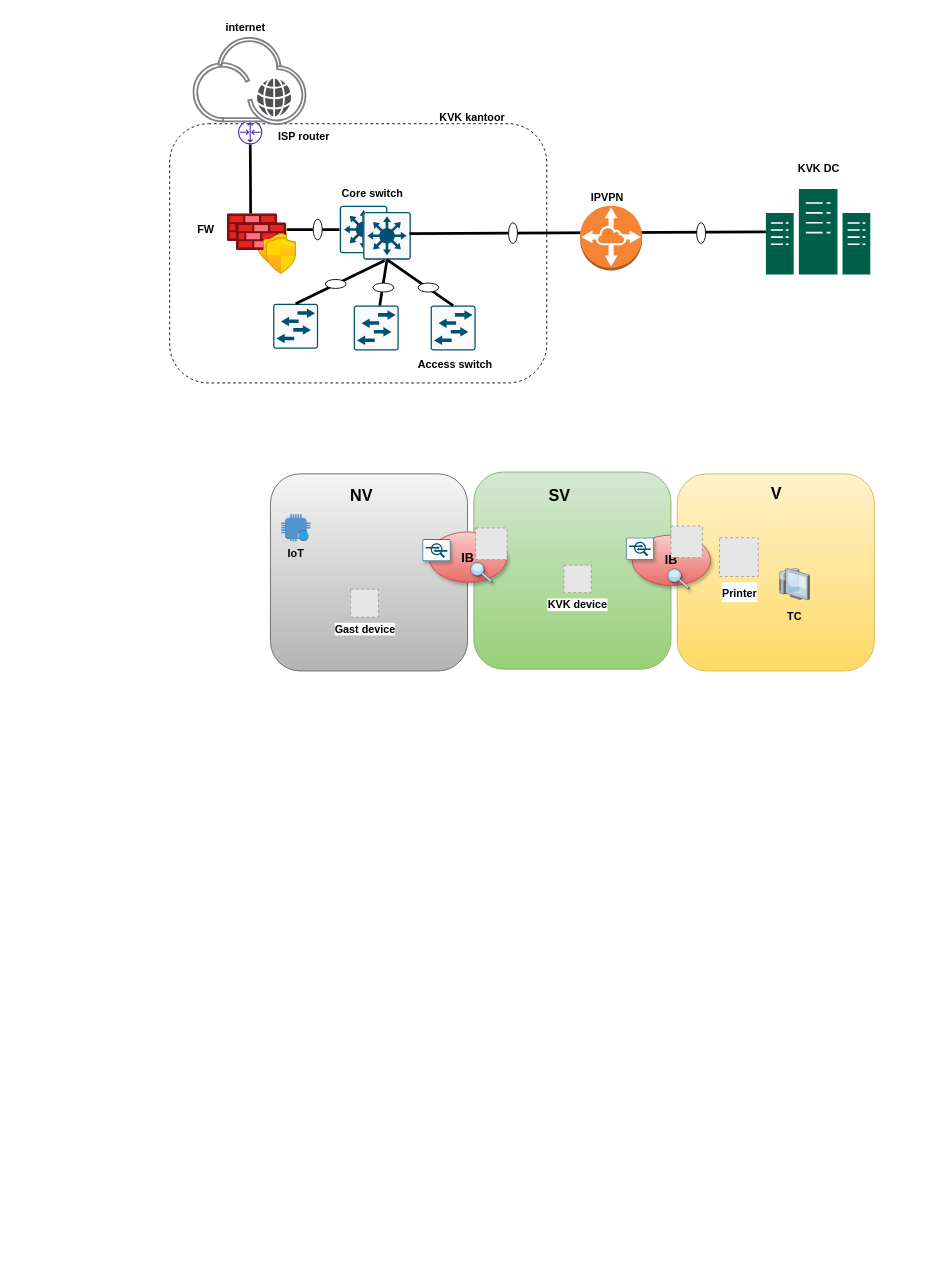
Before: test.drawio in mhwwas/Terraform, a draw.io diagram. Source tidied: cells renumbered, new cells numbered last; positions are measured from the earlier drawing's top-left corner, leaving out a move shared by most shapes. Both pictures are drawn from the tidied source at 90%, with x=0, y=0 at pixel (169, 15). Pictures stored in the file or linked from it are replaced by grey dashed boxes.
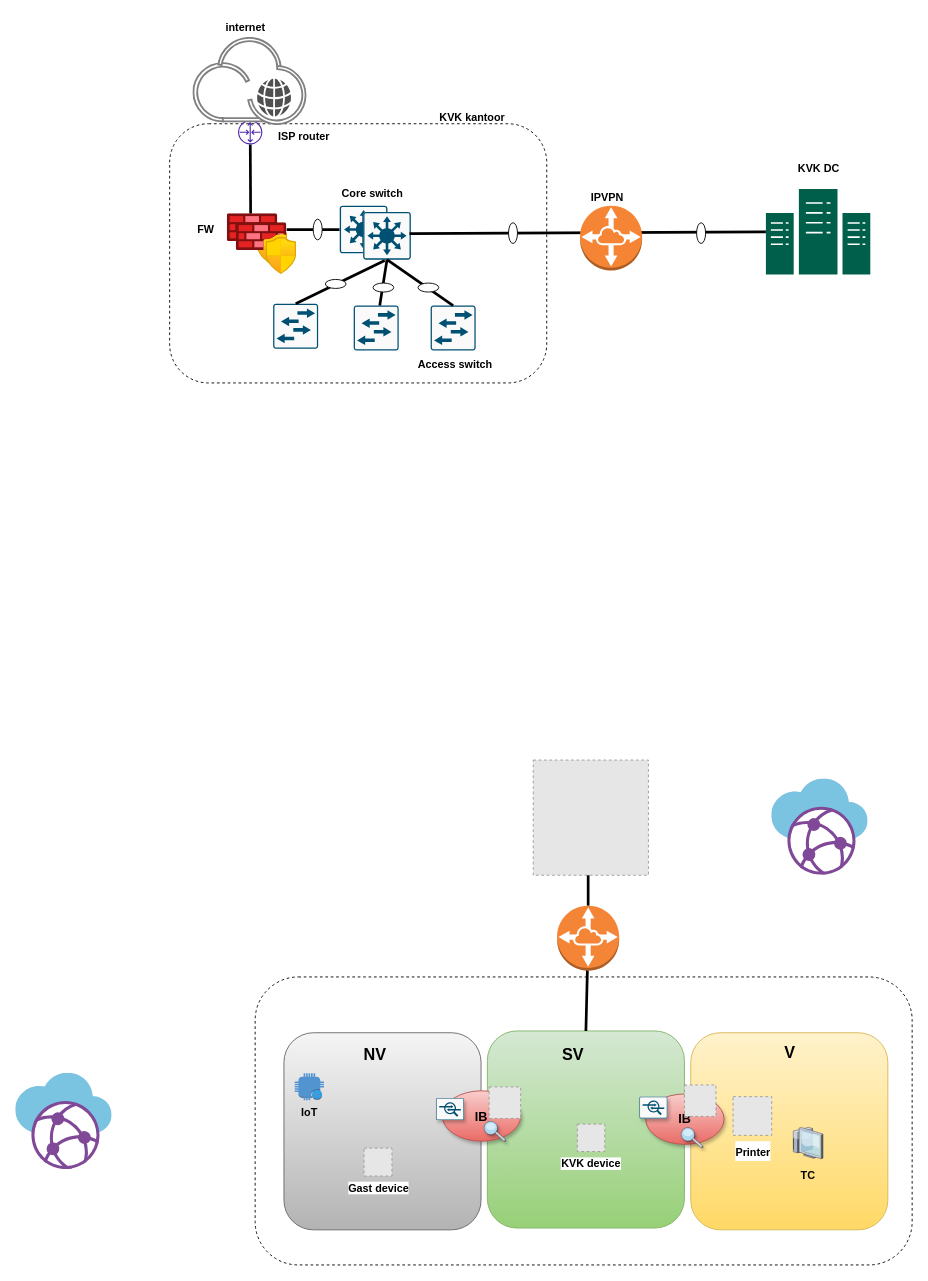
The same page after the edit.

Diff of the diagram source:
```diff
@@
+    <mxCell id="54" style="rounded=1;whiteSpace=wrap;html=1;dashed=1;" parent="1" vertex="1">
+      <mxGeometry x="95" y="1068" width="730" height="320" as="geometry" />
+    </mxCell>
@@
     <mxCell id="4" style="whiteSpace=wrap;html=1;fillColor=#f5f5f5;strokeColor=#666666;gradientColor=#b3b3b3;rounded=1;glass=0;shadow=0;sketch=0;" parent="1" vertex="1">
-      <mxGeometry x="112" y="509" width="219" height="219" as="geometry" />
+      <mxGeometry x="127" y="1130" width="219" height="219" as="geometry" />
     </mxCell>
     <mxCell id="5" style="whiteSpace=wrap;html=1;fillColor=#d5e8d4;strokeColor=#82b366;rounded=1;gradientColor=#97d077;" parent="1" vertex="1">
-      <mxGeometry x="338" y="507" width="219" height="219" as="geometry" />
+      <mxGeometry x="353" y="1128" width="219" height="219" as="geometry" />
     </mxCell>
     <mxCell id="6" style="whiteSpace=wrap;html=1;fillColor=#fff2cc;strokeColor=#d6b656;gradientColor=#ffd966;rounded=1;" parent="1" vertex="1">
-      <mxGeometry x="564" y="509" width="219" height="219" as="geometry" />
+      <mxGeometry x="579" y="1130" width="219" height="219" as="geometry" />
     </mxCell>
@@
     <mxCell id="9" value="&lt;b&gt;Gast device&lt;/b&gt;" style="fillColor=#E6E6E6;strokeColor=#999999;dashed=1;html=1;verticalAlign=top;verticalLabelPosition=bottom;labelBackgroundColor=#ffffff;" parent="1" vertex="1">
-      <mxGeometry x="201" y="637.2" width="31" height="31" as="geometry" />
+      <mxGeometry x="216" y="1258.2" width="31" height="31" as="geometry" />
     </mxCell>
     <mxCell id="10" value="&lt;font style=&quot;font-size: 18px;&quot;&gt;&lt;b&gt;NV&lt;/b&gt;&lt;/font&gt;" style="text;html=1;align=center;verticalAlign=middle;fillColor=none;strokeColor=none;rounded=0;shadow=0;glass=0;sketch=0;" parent="1" vertex="1">
-      <mxGeometry x="191" y="517" width="43" height="34" as="geometry" />
+      <mxGeometry x="206" y="1138" width="43" height="34" as="geometry" />
     </mxCell>
     <mxCell id="11" value="&lt;font style=&quot;font-size: 18px;&quot;&gt;&lt;b&gt;SV&lt;/b&gt;&lt;/font&gt;" style="text;html=1;align=center;verticalAlign=middle;fillColor=none;strokeColor=none;rounded=0;shadow=0;glass=0;sketch=0;" parent="1" vertex="1">
-      <mxGeometry x="412" y="517" width="42" height="34" as="geometry" />
+      <mxGeometry x="427" y="1138" width="42" height="34" as="geometry" />
     </mxCell>
     <mxCell id="12" value="&lt;font style=&quot;font-size: 18px;&quot;&gt;&lt;b&gt;V&lt;/b&gt;&lt;/font&gt;" style="text;html=1;align=center;verticalAlign=middle;fillColor=none;strokeColor=none;rounded=0;shadow=0;glass=0;sketch=0;" parent="1" vertex="1">
-      <mxGeometry x="658.5" y="515" width="30" height="34" as="geometry" />
+      <mxGeometry x="673.5" y="1136" width="30" height="34" as="geometry" />
     </mxCell>
     <mxCell id="13" value="&lt;font style=&quot;font-size: 12px;&quot;&gt;&lt;b&gt;TC&lt;/b&gt;&lt;/font&gt;" style="verticalLabelPosition=bottom;sketch=0;html=1;verticalAlign=top;strokeColor=none;align=center;shape=mxgraph.citrix.thin_client;rounded=1;shadow=0;glass=0;fontSize=18;gradientColor=none;" parent="1" vertex="1">
-      <mxGeometry x="676" y="614" width="35" height="35" as="geometry" />
+      <mxGeometry x="691" y="1235" width="35" height="35" as="geometry" />
     </mxCell>
     <mxCell id="14" value="&lt;font style=&quot;font-size: 12px;&quot;&gt;&lt;b&gt;Printer&lt;/b&gt;&lt;/font&gt;" style="fillColor=#E6E6E6;strokeColor=#999999;dashed=1;html=1;verticalAlign=top;verticalLabelPosition=bottom;labelBackgroundColor=#ffffff;fontSize=18;" parent="1" vertex="1">
-      <mxGeometry x="611" y="580" width="43" height="43" as="geometry" />
+      <mxGeometry x="626" y="1201" width="43" height="43" as="geometry" />
     </mxCell>
     <mxCell id="15" value="&lt;b&gt;&lt;font style=&quot;font-size: 14px;&quot;&gt;IB&lt;/font&gt;&lt;/b&gt;" style="ellipse;whiteSpace=wrap;html=1;rounded=1;shadow=1;glass=0;sketch=0;fontSize=12;gradientColor=#ea6b66;fillColor=#f8cecc;strokeColor=#b85450;" parent="1" vertex="1">
-      <mxGeometry x="288" y="573.5" width="87" height="56" as="geometry" />
+      <mxGeometry x="303" y="1194.5" width="87" height="56" as="geometry" />
     </mxCell>
     <mxCell id="16" value="&lt;b&gt;&lt;font style=&quot;font-size: 14px;&quot;&gt;IB&lt;/font&gt;&lt;/b&gt;" style="ellipse;whiteSpace=wrap;html=1;rounded=1;shadow=1;glass=0;sketch=0;fontSize=12;gradientColor=#ea6b66;fillColor=#f8cecc;strokeColor=#b85450;" parent="1" vertex="1">
-      <mxGeometry x="514" y="577" width="87" height="56" as="geometry" />
+      <mxGeometry x="529" y="1198" width="87" height="56" as="geometry" />
     </mxCell>
     <mxCell id="17" style="sketch=0;verticalLabelPosition=bottom;html=1;verticalAlign=top;align=center;shape=mxgraph.cisco19.rect;prIcon=ips_ids;fillColor=#FAFAFA;strokeColor=#005073;rounded=1;shadow=1;glass=0;fontSize=14;" parent="1" vertex="1">
-      <mxGeometry x="281" y="581.8" width="31" height="24.2" as="geometry" />
+      <mxGeometry x="296" y="1202.8" width="31" height="24.2" as="geometry" />
     </mxCell>
     <mxCell id="18" style="sketch=0;verticalLabelPosition=bottom;html=1;verticalAlign=top;align=center;shape=mxgraph.cisco19.rect;prIcon=ips_ids;fillColor=#FAFAFA;strokeColor=#005073;rounded=1;shadow=1;glass=0;fontSize=14;" parent="1" vertex="1">
-      <mxGeometry x="507" y="580" width="31" height="24.2" as="geometry" />
+      <mxGeometry x="522" y="1201" width="31" height="24.2" as="geometry" />
     </mxCell>
     <mxCell id="19" style="verticalLabelPosition=bottom;sketch=0;html=1;verticalAlign=top;strokeColor=none;align=center;shape=mxgraph.citrix.inspection;rounded=1;shadow=1;glass=0;fontSize=14;gradientColor=none;" parent="1" vertex="1">
-      <mxGeometry x="334" y="606.9" width="25" height="23.2" as="geometry" />
+      <mxGeometry x="349" y="1227.9" width="25" height="23.2" as="geometry" />
     </mxCell>
     <mxCell id="20" style="fillColor=#E6E6E6;strokeColor=#999999;dashed=1;html=1;verticalAlign=top;verticalLabelPosition=bottom;labelBackgroundColor=#ffffff;fontSize=14;" parent="1" vertex="1">
-      <mxGeometry x="340" y="569.2" width="35" height="35" as="geometry" />
+      <mxGeometry x="355" y="1190.2" width="35" height="35" as="geometry" />
     </mxCell>
     <mxCell id="21" style="fillColor=#E6E6E6;strokeColor=#999999;dashed=1;html=1;verticalAlign=top;verticalLabelPosition=bottom;labelBackgroundColor=#ffffff;fontSize=14;" parent="1" vertex="1">
-      <mxGeometry x="557" y="567" width="35" height="35" as="geometry" />
+      <mxGeometry x="572" y="1188" width="35" height="35" as="geometry" />
     </mxCell>
     <mxCell id="22" style="verticalLabelPosition=bottom;sketch=0;html=1;verticalAlign=top;strokeColor=none;align=center;shape=mxgraph.citrix.inspection;rounded=1;shadow=1;glass=0;fontSize=14;gradientColor=none;" parent="1" vertex="1">
-      <mxGeometry x="553" y="614" width="25" height="23.2" as="geometry" />
+      <mxGeometry x="568" y="1235" width="25" height="23.2" as="geometry" />
     </mxCell>
     <mxCell id="23" value="&lt;b&gt;IoT&lt;/b&gt;" style="dashed=0;verticalLabelPosition=bottom;verticalAlign=top;align=center;html=1;shape=mxgraph.aws3.alexa_enabled_device;fillColor=#5294CF;gradientColor=none;" parent="1" vertex="1">
-      <mxGeometry x="124" y="554" width="32.5" height="30" as="geometry" />
+      <mxGeometry x="139" y="1175" width="32.5" height="30" as="geometry" />
     </mxCell>
     <mxCell id="24" value="&lt;b&gt;KVK device&lt;/b&gt;" style="fillColor=#E6E6E6;strokeColor=#999999;dashed=1;html=1;verticalAlign=top;verticalLabelPosition=bottom;labelBackgroundColor=#ffffff;" parent="1" vertex="1">
-      <mxGeometry x="438" y="610.5" width="30.5" height="30.5" as="geometry" />
+      <mxGeometry x="453" y="1231.5" width="30.5" height="30.5" as="geometry" />
     </mxCell>
@@
+    <mxCell id="55" style="endArrow=none;html=1;rounded=0;exitX=0.5;exitY=0;exitDx=0;exitDy=0;strokeWidth=3;startArrow=none;entryX=0.477;entryY=0.719;entryDx=0;entryDy=0;entryPerimeter=0;" parent="1" edge="1" source="57" target="56">
+      <mxGeometry relative="1" as="geometry" />
+    </mxCell>
+    <mxCell id="56" style="fillColor=#E6E6E6;strokeColor=#999999;dashed=1;html=1;verticalAlign=top;verticalLabelPosition=bottom;labelBackgroundColor=#ffffff;" parent="1" vertex="1">
+      <mxGeometry x="404" y="827" width="128" height="128" as="geometry" />
+    </mxCell>
+    <mxCell id="57" style="outlineConnect=0;dashed=0;verticalLabelPosition=bottom;verticalAlign=top;align=center;html=1;shape=mxgraph.aws3.vpc_peering;fillColor=#F58536;gradientColor=none;" parent="1" vertex="1">
+      <mxGeometry x="430.5" y="989" width="69" height="72" as="geometry" />
+    </mxCell>
+    <mxCell id="58" style="endArrow=none;html=1;rounded=0;exitX=0.5;exitY=0;exitDx=0;exitDy=0;strokeWidth=3;" parent="1" edge="1" source="5" target="57">
+      <mxGeometry relative="1" as="geometry" />
+    </mxCell>
+    <mxCell id="59" style="sketch=0;html=1;align=center;image;fontSize=12;image=img/lib/mscae/Virtual_WANs.svg;" parent="1" vertex="1">
+      <mxGeometry x="-171" y="1175" width="107" height="107" as="geometry" />
+    </mxCell>
+    <mxCell id="60" style="sketch=0;html=1;align=center;image;fontSize=12;image=img/lib/mscae/Virtual_WANs.svg;" parent="1" vertex="1">
+      <mxGeometry x="669" y="848" width="107" height="107" as="geometry" />
+    </mxCell>
```
